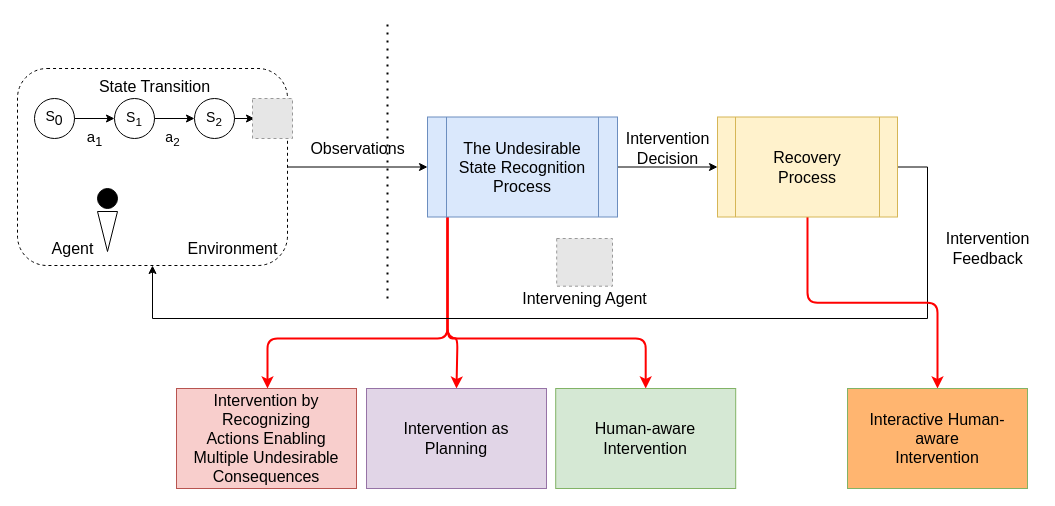
sachinisw/dissertation21 keeps this draw.io diagram as img/Summary.drawio. Above is the earlier version. Source tidied: cells renumbered, new cells numbered last; positions are measured from the earlier drawing's top-left corner, leaving out a move shared by most shapes. Both pictures are drawn from the tidied source at 100%, with x=0, y=0 at pixel (17, 18). Pictures stored in the file or linked from it are replaced by grey dashed boxes.
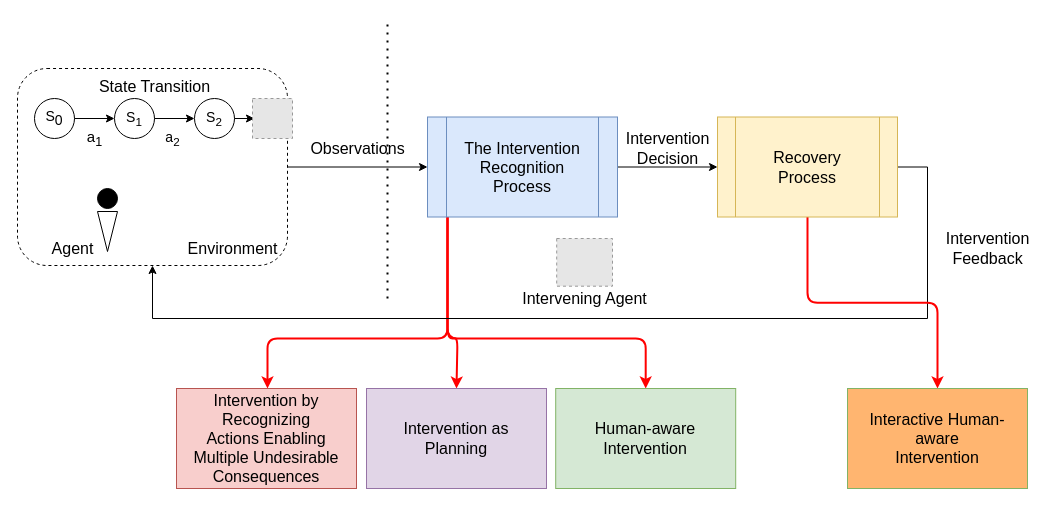
After the change.

Diff of the diagram source:
```diff
@@
-    <mxCell id="21" value="&lt;div style=&quot;font-size: 16px;&quot;&gt;The Undesirable State Recognition&lt;/div&gt;&lt;div style=&quot;font-size: 16px;&quot;&gt;Process&lt;br style=&quot;font-size: 16px;&quot;&gt;&lt;/div&gt;" style="shape=process;whiteSpace=wrap;html=1;backgroundOutline=1;fillColor=#dae8fc;fontSize=16;strokeColor=#6c8ebf;" parent="1" vertex="1">
+    <mxCell id="21" value="&lt;div style=&quot;font-size: 16px&quot;&gt;The Intervention Recognition&lt;/div&gt;&lt;div style=&quot;font-size: 16px&quot;&gt;Process&lt;br style=&quot;font-size: 16px&quot;&gt;&lt;/div&gt;" style="shape=process;whiteSpace=wrap;html=1;backgroundOutline=1;fillColor=#dae8fc;fontSize=16;strokeColor=#6c8ebf;" parent="1" vertex="1">
       <mxGeometry x="410" y="98.5" width="190" height="100" as="geometry" />
     </mxCell>
```
